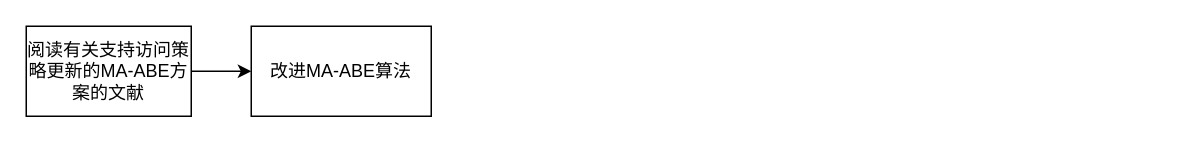
This is 访问策略更新技术路线图.drawio from ScauMadLife/BlockChain, a draw.io file, before an edit. Source tidied: cells renumbered, new cells numbered last; positions are measured from the earlier drawing's top-left corner, leaving out a move shared by most shapes. Both pictures are drawn from the tidied source at 150%, with x=0, y=0 at pixel (26, 26).
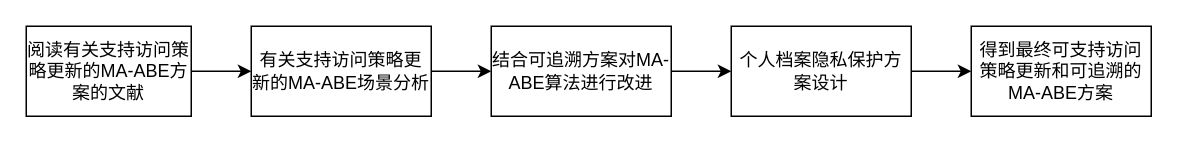
After the change.

Commit message:
更新访问策略更新技术路线图.drawio

What changed in the source:
```diff
@@
 <mxGraphModel>
   <root>
     <mxCell id="0" />
     <mxCell id="1" parent="0" />
     <mxCell id="2" style="edgeStyle=orthogonalEdgeStyle;rounded=0;jettySize=auto;html=1;" parent="1" edge="1" source="3" target="4">
       <mxGeometry relative="1" as="geometry" />
     </mxCell>
     <mxCell id="3" value="阅读有关支持访问策略更新的MA-ABE方案的文献" style="rounded=0;whiteSpace=wrap;html=1;" parent="1" vertex="1">
       <mxGeometry width="110" height="60" as="geometry" />
     </mxCell>
+    <mxCell id="5" style="edgeStyle=orthogonalEdgeStyle;rounded=0;jettySize=auto;html=1;" parent="1" edge="1" source="4" target="7">
+      <mxGeometry relative="1" as="geometry" />
+    </mxCell>
-    <mxCell id="4" value="改进MA-ABE算法" style="whiteSpace=wrap;html=1;rounded=0;" parent="1" vertex="1">
+    <mxCell id="4" value="有关支持访问策略更新的MA-ABE场景分析" style="whiteSpace=wrap;html=1;rounded=0;" parent="1" vertex="1">
       <mxGeometry x="150" width="120" height="60" as="geometry" />
     </mxCell>
+    <mxCell id="6" style="edgeStyle=orthogonalEdgeStyle;rounded=0;jettySize=auto;html=1;" parent="1" edge="1" source="7" target="9">
+      <mxGeometry relative="1" as="geometry" />
+    </mxCell>
+    <mxCell id="7" value="结合可追溯方案对MA-ABE算法进行改进" style="whiteSpace=wrap;html=1;rounded=0;" parent="1" vertex="1">
+      <mxGeometry x="310" width="120" height="60" as="geometry" />
+    </mxCell>
+    <mxCell id="8" style="edgeStyle=orthogonalEdgeStyle;rounded=0;jettySize=auto;html=1;" parent="1" edge="1" source="9" target="10">
+      <mxGeometry relative="1" as="geometry" />
+    </mxCell>
+    <mxCell id="9" value="个人档案隐私保护方案设计" style="whiteSpace=wrap;html=1;rounded=0;" parent="1" vertex="1">
+      <mxGeometry x="470" width="120" height="60" as="geometry" />
+    </mxCell>
+    <mxCell id="10" value="得到最终可支持访问策略更新和可追溯的MA-ABE方案" style="whiteSpace=wrap;html=1;rounded=0;" parent="1" vertex="1">
+      <mxGeometry x="630" width="120" height="60" as="geometry" />
+    </mxCell>
   </root>
 </mxGraphModel>
```
